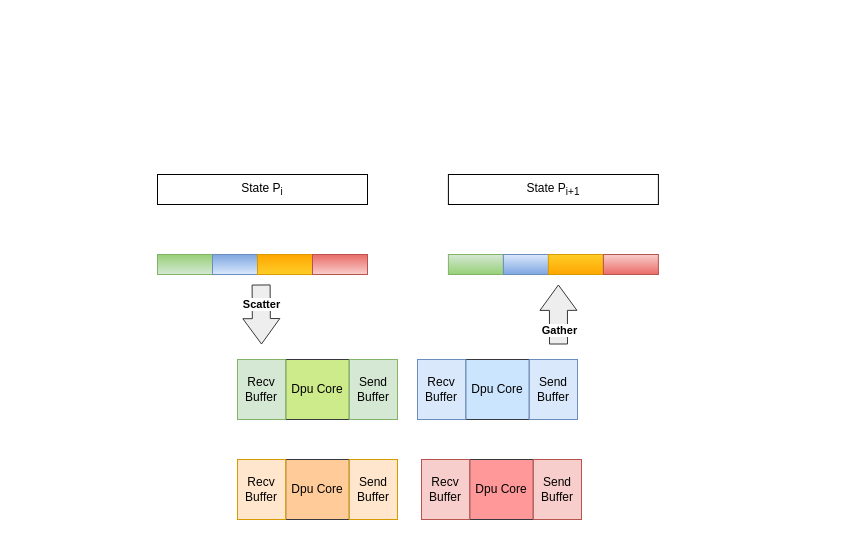
Above: p2.drawio in cnissnzg/picture (draw.io), before the change. Source tidied: cells renumbered, new cells numbered last; positions are measured from the earlier drawing's top-left corner, leaving out a move shared by most shapes. Both pictures are drawn from the tidied source at 100%, with x=0, y=0 at pixel (157, 174).
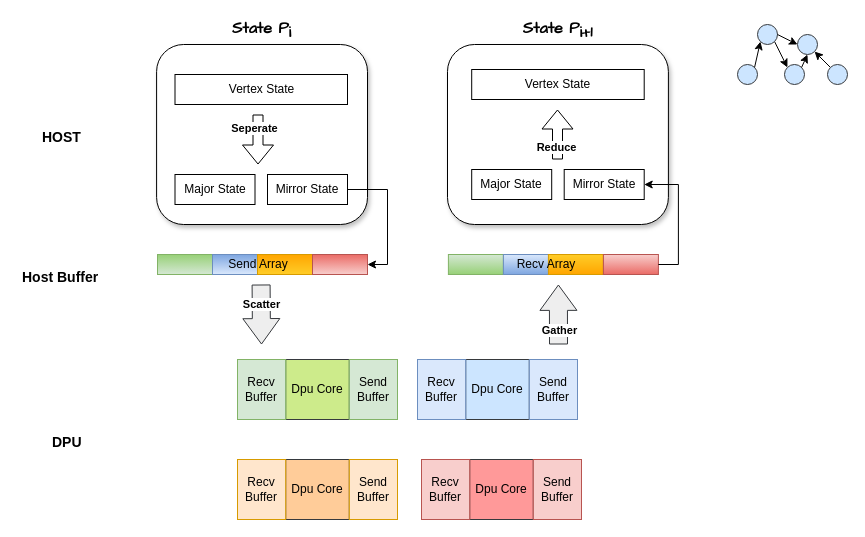
After the change.

The change refers to these unchanged cells:
```xml
<mxCell id="5" style="rounded=0;whiteSpace=wrap;html=1;fillColor=#f8cecc;strokeColor=#b85450;fillStyle=auto;gradientColor=#ea6b66;gradientDirection=north;direction=east;" parent="1" vertex="1">
  <mxGeometry x="155" y="80" width="55" height="20" as="geometry" />
</mxCell>
```

What changed in the source:
```diff
@@
-    <mxCell id="18" style="rounded=0;whiteSpace=wrap;html=1;fillColor=#d5e8d4;strokeColor=#82b366;fillStyle=auto;gradientColor=#97d077;gradientDirection=south;direction=east;" parent="1" vertex="1">
-      <mxGeometry x="290.9" y="80" width="55" height="20" as="geometry" />
-    </mxCell>
-    <mxCell id="19" style="rounded=0;whiteSpace=wrap;html=1;fillColor=#dae8fc;strokeColor=#6c8ebf;fillStyle=auto;gradientColor=#7ea6e0;gradientDirection=south;direction=east;" parent="1" vertex="1">
-      <mxGeometry x="345.9" y="80" width="55" height="20" as="geometry" />
-    </mxCell>
-    <mxCell id="20" style="rounded=0;whiteSpace=wrap;html=1;fillColor=#ffcd28;strokeColor=#d79b00;fillStyle=auto;gradientColor=#ffa500;gradientDirection=south;direction=east;" parent="1" vertex="1">
-      <mxGeometry x="390.9" y="80" width="55" height="20" as="geometry" />
-    </mxCell>
-    <mxCell id="21" style="rounded=0;whiteSpace=wrap;html=1;fillColor=#f8cecc;strokeColor=#b85450;fillStyle=auto;gradientColor=#ea6b66;gradientDirection=south;direction=east;" parent="1" vertex="1">
-      <mxGeometry x="445.9" y="80" width="55" height="20" as="geometry" />
-    </mxCell>
@@
-    <mxCell id="26" value="State P&lt;sub&gt;i&lt;/sub&gt;" style="rounded=0;whiteSpace=wrap;html=1;" parent="1" vertex="1">
-      <mxGeometry width="210" height="30" as="geometry" />
+    <mxCell id="26" value="State P&lt;sub style=&quot;font-size: 16px;&quot;&gt;i&lt;/sub&gt;" style="rounded=1;whiteSpace=wrap;html=1;labelPosition=center;verticalLabelPosition=top;align=center;verticalAlign=bottom;fontFamily=Comic Sans MS;fontStyle=1;fontSize=16;glass=0;shadow=1;" parent="1" vertex="1">
+      <mxGeometry x="-0.9" y="-130" width="210.9" height="180" as="geometry" />
     </mxCell>
-    <mxCell id="27" value="State P&lt;sub&gt;i+1&lt;/sub&gt;" style="rounded=0;whiteSpace=wrap;html=1;" parent="1" vertex="1">
-      <mxGeometry x="290.9" width="210" height="30" as="geometry" />
+    <mxCell id="27" value="&lt;div style=&quot;text-align: left; font-size: 16px;&quot;&gt;&lt;span style=&quot;background-color: initial; font-size: 16px;&quot;&gt;State P&lt;/span&gt;&lt;sub style=&quot;background-color: initial; font-size: 16px;&quot;&gt;i+1&lt;/sub&gt;&lt;/div&gt;" style="rounded=1;whiteSpace=wrap;html=1;labelPosition=center;verticalLabelPosition=top;align=center;verticalAlign=bottom;fontFamily=Comic Sans MS;fontSize=16;fontStyle=1;shadow=1;" parent="1" vertex="1">
+      <mxGeometry x="290" y="-130" width="220.9" height="180" as="geometry" />
     </mxCell>
+    <mxCell id="28" value="Vertex State" style="rounded=0;whiteSpace=wrap;html=1;" parent="1" vertex="1">
+      <mxGeometry x="17.5" y="-100" width="172.5" height="30" as="geometry" />
+    </mxCell>
+    <mxCell id="29" value="Major State" style="rounded=0;whiteSpace=wrap;html=1;" parent="1" vertex="1">
+      <mxGeometry x="17.5" width="80" height="30" as="geometry" />
+    </mxCell>
+    <mxCell id="30" style="edgeStyle=orthogonalEdgeStyle;rounded=0;jettySize=auto;html=1;exitX=1;exitY=0.5;exitDx=0;exitDy=0;entryX=1;entryY=0.5;entryDx=0;entryDy=0;" parent="1" edge="1" source="31" target="5">
+      <mxGeometry relative="1" as="geometry" />
+    </mxCell>
+    <mxCell id="31" value="Mirror State" style="rounded=0;whiteSpace=wrap;html=1;" parent="1" vertex="1">
+      <mxGeometry x="110" width="80" height="30" as="geometry" />
+    </mxCell>
+    <mxCell id="32" value="&lt;h1&gt;&lt;font style=&quot;font-size: 14px;&quot;&gt;Host Buffer&lt;/font&gt;&lt;/h1&gt;" style="text;html=1;strokeColor=none;fillColor=none;spacing=5;spacingTop=-20;whiteSpace=wrap;overflow=hidden;rounded=0;" parent="1" vertex="1">
+      <mxGeometry x="-140" y="80" width="110" height="40" as="geometry" />
+    </mxCell>
+    <mxCell id="33" value="Send Array" style="text;html=1;strokeColor=none;fillColor=none;align=center;verticalAlign=middle;whiteSpace=wrap;rounded=0;" parent="1" vertex="1">
+      <mxGeometry x="70" y="72.5" width="62" height="35" as="geometry" />
+    </mxCell>
+    <mxCell id="34" value="&lt;h1&gt;&lt;font style=&quot;font-size: 14px;&quot;&gt;DPU&lt;/font&gt;&lt;/h1&gt;" style="text;html=1;strokeColor=none;fillColor=none;spacing=5;spacingTop=-20;whiteSpace=wrap;overflow=hidden;rounded=0;" parent="1" vertex="1">
+      <mxGeometry x="-110" y="245" width="40" height="45" as="geometry" />
+    </mxCell>
+    <mxCell id="35" value="&lt;h1&gt;&lt;font style=&quot;font-size: 14px;&quot;&gt;HOST&lt;/font&gt;&lt;/h1&gt;" style="text;html=1;strokeColor=none;fillColor=none;spacing=5;spacingTop=-20;whiteSpace=wrap;overflow=hidden;rounded=0;" parent="1" vertex="1">
+      <mxGeometry x="-120" y="-60" width="50" height="50" as="geometry" />
+    </mxCell>
+    <mxCell id="36" style="shape=flexArrow;endArrow=classic;html=1;rounded=0;" parent="1" edge="1">
+      <mxGeometry relative="1" as="geometry">
+        <mxPoint x="100.5" y="-60" as="sourcePoint" />
+        <mxPoint x="100.5" y="-10" as="targetPoint" />
+      </mxGeometry>
+    </mxCell>
+    <mxCell id="37" value="&lt;b&gt;Seperate&lt;/b&gt;" style="edgeLabel;html=1;align=center;verticalAlign=middle;" parent="36" vertex="1">
+      <mxGeometry x="-0.48" y="-4" relative="1" as="geometry" />
+    </mxCell>
+    <mxCell id="38" value="Vertex State" style="rounded=0;whiteSpace=wrap;html=1;" parent="1" vertex="1">
+      <mxGeometry x="314.2" y="-105" width="172.5" height="30" as="geometry" />
+    </mxCell>
+    <mxCell id="39" value="Major State" style="rounded=0;whiteSpace=wrap;html=1;" parent="1" vertex="1">
+      <mxGeometry x="314.2" y="-5" width="80" height="30" as="geometry" />
+    </mxCell>
+    <mxCell id="40" value="Mirror State" style="rounded=0;whiteSpace=wrap;html=1;" parent="1" vertex="1">
+      <mxGeometry x="406.7" y="-5" width="80" height="30" as="geometry" />
+    </mxCell>
+    <mxCell id="41" style="group;" parent="1" vertex="1">
+      <mxGeometry x="290.9" y="72.5" width="210" height="35" as="geometry" />
+    </mxCell>
+    <mxCell id="18" style="rounded=0;whiteSpace=wrap;html=1;fillColor=#d5e8d4;strokeColor=#82b366;fillStyle=auto;gradientColor=#97d077;gradientDirection=south;direction=east;" parent="41" vertex="1">
+      <mxGeometry y="7.5" width="55" height="20" as="geometry" />
+    </mxCell>
+    <mxCell id="19" style="rounded=0;whiteSpace=wrap;html=1;fillColor=#dae8fc;strokeColor=#6c8ebf;fillStyle=auto;gradientColor=#7ea6e0;gradientDirection=south;direction=east;" parent="41" vertex="1">
+      <mxGeometry x="55" y="7.5" width="55" height="20" as="geometry" />
+    </mxCell>
+    <mxCell id="20" style="rounded=0;whiteSpace=wrap;html=1;fillColor=#ffcd28;strokeColor=#d79b00;fillStyle=auto;gradientColor=#ffa500;gradientDirection=south;direction=east;" parent="41" vertex="1">
+      <mxGeometry x="100" y="7.5" width="55" height="20" as="geometry" />
+    </mxCell>
+    <mxCell id="21" style="rounded=0;whiteSpace=wrap;html=1;fillColor=#f8cecc;strokeColor=#b85450;fillStyle=auto;gradientColor=#ea6b66;gradientDirection=south;direction=east;" parent="41" vertex="1">
+      <mxGeometry x="155" y="7.5" width="55" height="20" as="geometry" />
+    </mxCell>
+    <mxCell id="42" value="Recv Array" style="text;html=1;strokeColor=none;fillColor=none;align=center;verticalAlign=middle;whiteSpace=wrap;rounded=0;" parent="41" vertex="1">
+      <mxGeometry x="63.1" width="70" height="35" as="geometry" />
+    </mxCell>
+    <mxCell id="43" style="edgeStyle=orthogonalEdgeStyle;rounded=0;jettySize=auto;html=1;exitX=1;exitY=0.5;exitDx=0;exitDy=0;entryX=1;entryY=0.5;entryDx=0;entryDy=0;" parent="1" edge="1" source="21" target="40">
+      <mxGeometry relative="1" as="geometry" />
+    </mxCell>
+    <mxCell id="44" style="shape=flexArrow;endArrow=classic;html=1;rounded=0;" parent="1" edge="1">
+      <mxGeometry relative="1" as="geometry">
+        <mxPoint x="400" y="-15" as="sourcePoint" />
+        <mxPoint x="400" y="-65" as="targetPoint" />
+      </mxGeometry>
+    </mxCell>
+    <mxCell id="45" value="Reduce" style="edgeLabel;html=1;align=center;verticalAlign=middle;fontStyle=1;" parent="44" vertex="1">
+      <mxGeometry x="-0.48" y="2" relative="1" as="geometry" />
+    </mxCell>
+    <mxCell id="46" style="group;" parent="1" vertex="1">
+      <mxGeometry x="580" y="-150" width="110" height="60" as="geometry" />
+    </mxCell>
+    <mxCell id="47" style="ellipse;whiteSpace=wrap;html=1;fillColor=#cce5ff;strokeColor=#36393d;" parent="46" vertex="1">
+      <mxGeometry y="40" width="20" height="20" as="geometry" />
+    </mxCell>
+    <mxCell id="48" style="ellipse;whiteSpace=wrap;html=1;fillColor=#cce5ff;strokeColor=#36393d;" parent="46" vertex="1">
+      <mxGeometry x="47" y="40" width="20" height="20" as="geometry" />
+    </mxCell>
+    <mxCell id="49" style="rounded=0;jettySize=auto;html=1;exitX=1;exitY=1;exitDx=0;exitDy=0;entryX=0;entryY=0;entryDx=0;entryDy=0;" parent="46" edge="1" source="50" target="48">
+      <mxGeometry relative="1" as="geometry" />
+    </mxCell>
+    <mxCell id="50" style="ellipse;whiteSpace=wrap;html=1;fillColor=#cce5ff;strokeColor=#36393d;" parent="46" vertex="1">
+      <mxGeometry x="20" width="20" height="20" as="geometry" />
+    </mxCell>
+    <mxCell id="51" style="rounded=0;jettySize=auto;html=1;exitX=1;exitY=0;exitDx=0;exitDy=0;entryX=0;entryY=1;entryDx=0;entryDy=0;" parent="46" edge="1" source="47" target="50">
+      <mxGeometry relative="1" as="geometry" />
+    </mxCell>
+    <mxCell id="52" style="ellipse;whiteSpace=wrap;html=1;fillColor=#cce5ff;strokeColor=#36393d;" parent="46" vertex="1">
+      <mxGeometry x="60" y="10" width="20" height="20" as="geometry" />
+    </mxCell>
+    <mxCell id="53" style="rounded=0;jettySize=auto;html=1;exitX=1;exitY=0;exitDx=0;exitDy=0;entryX=0.5;entryY=1;entryDx=0;entryDy=0;" parent="46" edge="1" source="48" target="52">
+      <mxGeometry relative="1" as="geometry" />
+    </mxCell>
+    <mxCell id="54" style="rounded=0;jettySize=auto;html=1;exitX=1;exitY=0.5;exitDx=0;exitDy=0;entryX=0;entryY=0.5;entryDx=0;entryDy=0;" parent="46" edge="1" source="50" target="52">
+      <mxGeometry relative="1" as="geometry" />
+    </mxCell>
+    <mxCell id="55" style="rounded=0;jettySize=auto;html=1;exitX=0;exitY=0;exitDx=0;exitDy=0;entryX=1;entryY=1;entryDx=0;entryDy=0;" parent="46" edge="1" source="56" target="52">
+      <mxGeometry relative="1" as="geometry" />
+    </mxCell>
+    <mxCell id="56" style="ellipse;whiteSpace=wrap;html=1;fillColor=#cce5ff;strokeColor=#36393d;" parent="46" vertex="1">
+      <mxGeometry x="90" y="40" width="20" height="20" as="geometry" />
+    </mxCell>
```
